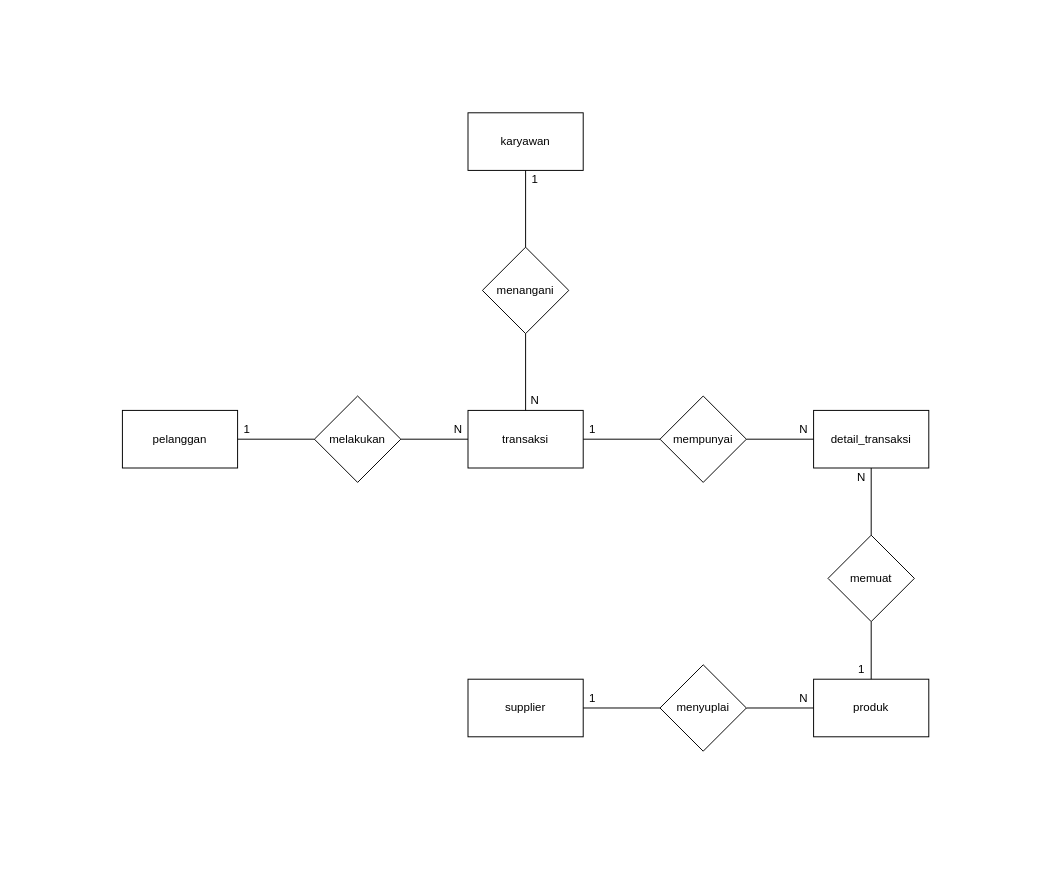
Above: ERD_Supermarket.drawio in elikawicaksana/BuildIT_BasisData (draw.io), before the change. Source tidied: cells renumbered, new cells numbered last; positions are measured from the earlier drawing's top-left corner, leaving out a move shared by most shapes. Both pictures are drawn from the tidied source at 96%, with x=0, y=0 at pixel (122, 112).
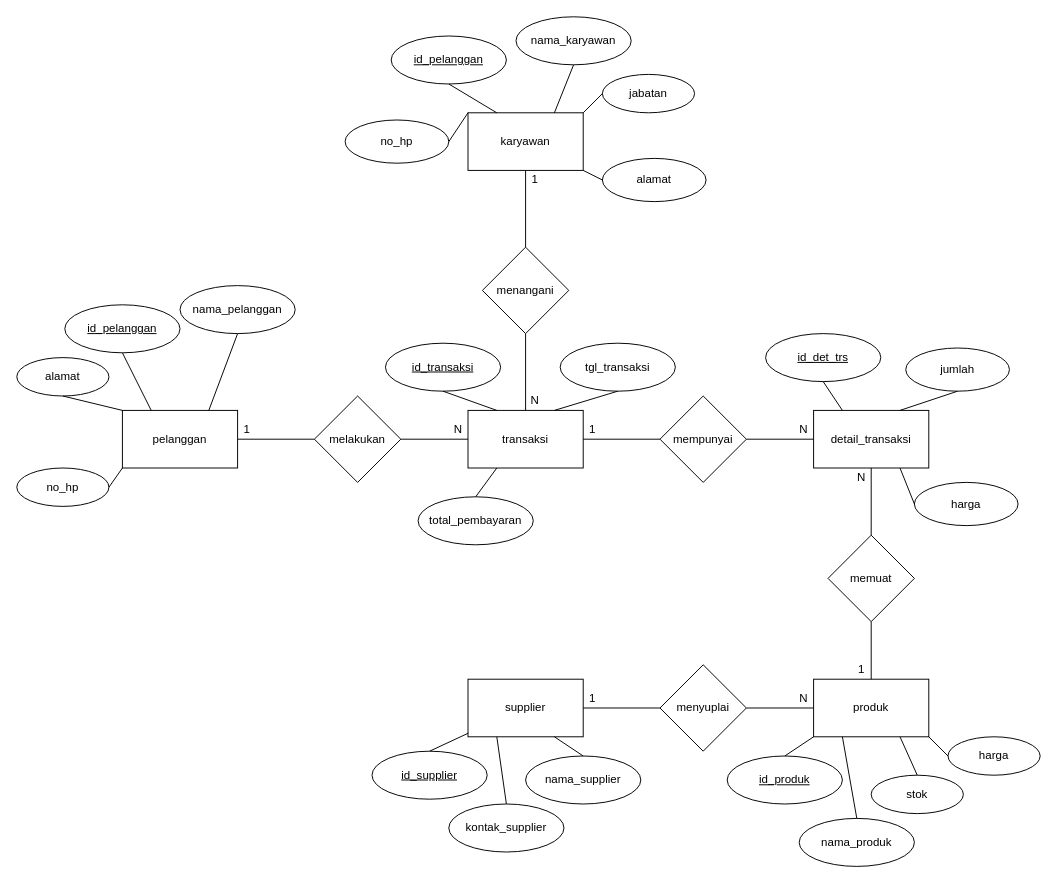
After the change.

Unchanged cells that the change refers to:
```xml
<mxCell id="2" value="pelanggan" style="rounded=0;whiteSpace=wrap;html=1;" parent="1" vertex="1">
  <mxGeometry y="310" width="120" height="60" as="geometry" />
</mxCell>
<mxCell id="4" value="transaksi" style="rounded=0;whiteSpace=wrap;html=1;" parent="1" vertex="1">
  <mxGeometry x="360" y="310" width="120" height="60" as="geometry" />
</mxCell>
<mxCell id="7" value="detail_transaksi" style="rounded=0;whiteSpace=wrap;html=1;" parent="1" vertex="1">
  <mxGeometry x="720" y="310" width="120" height="60" as="geometry" />
</mxCell>
<mxCell id="8" value="produk" style="rounded=0;whiteSpace=wrap;html=1;" parent="1" vertex="1">
  <mxGeometry x="720" y="590" width="120" height="60" as="geometry" />
</mxCell>
<mxCell id="10" value="supplier" style="rounded=0;whiteSpace=wrap;html=1;" parent="1" vertex="1">
  <mxGeometry x="360" y="590" width="120" height="60" as="geometry" />
</mxCell>
<mxCell id="12" value="karyawan" style="rounded=0;whiteSpace=wrap;html=1;" parent="1" vertex="1">
  <mxGeometry x="360" width="120" height="60" as="geometry" />
</mxCell>
```

What changed in the source:
```diff
@@
+    <mxCell id="33" value="&lt;u&gt;id_pelanggan&lt;/u&gt;" style="ellipse;whiteSpace=wrap;html=1;" parent="1" vertex="1">
+      <mxGeometry x="-60" y="200" width="120" height="50" as="geometry" />
+    </mxCell>
+    <mxCell id="34" value="nama_pelanggan" style="ellipse;whiteSpace=wrap;html=1;" parent="1" vertex="1">
+      <mxGeometry x="60" y="180" width="120" height="50" as="geometry" />
+    </mxCell>
+    <mxCell id="35" value="no_hp" style="ellipse;whiteSpace=wrap;html=1;" parent="1" vertex="1">
+      <mxGeometry x="-110" y="370" width="96" height="40" as="geometry" />
+    </mxCell>
+    <mxCell id="36" value="alamat" style="ellipse;whiteSpace=wrap;html=1;" parent="1" vertex="1">
+      <mxGeometry x="-110" y="255" width="96" height="40" as="geometry" />
+    </mxCell>
+    <mxCell id="37" value="&lt;u&gt;id_pelanggan&lt;/u&gt;" style="ellipse;whiteSpace=wrap;html=1;" parent="1" vertex="1">
+      <mxGeometry x="280" y="-80" width="120" height="50" as="geometry" />
+    </mxCell>
+    <mxCell id="38" value="nama_karyawan" style="ellipse;whiteSpace=wrap;html=1;" parent="1" vertex="1">
+      <mxGeometry x="410" y="-100" width="120" height="50" as="geometry" />
+    </mxCell>
+    <mxCell id="39" value="jabatan" style="ellipse;whiteSpace=wrap;html=1;" parent="1" vertex="1">
+      <mxGeometry x="500" y="-40" width="96" height="40" as="geometry" />
+    </mxCell>
+    <mxCell id="40" value="no_hp" style="ellipse;whiteSpace=wrap;html=1;" parent="1" vertex="1">
+      <mxGeometry x="232" y="7.5" width="108" height="45" as="geometry" />
+    </mxCell>
+    <mxCell id="41" value="alamat" style="ellipse;whiteSpace=wrap;html=1;" parent="1" vertex="1">
+      <mxGeometry x="500" y="47.5" width="108" height="45" as="geometry" />
+    </mxCell>
+    <mxCell id="42" value="&lt;u&gt;id_produk&lt;/u&gt;" style="ellipse;whiteSpace=wrap;html=1;" parent="1" vertex="1">
+      <mxGeometry x="630" y="670" width="120" height="50" as="geometry" />
+    </mxCell>
+    <mxCell id="43" value="nama_produk" style="ellipse;whiteSpace=wrap;html=1;" parent="1" vertex="1">
+      <mxGeometry x="705" y="735" width="120" height="50" as="geometry" />
+    </mxCell>
+    <mxCell id="44" value="stok" style="ellipse;whiteSpace=wrap;html=1;" parent="1" vertex="1">
+      <mxGeometry x="780" y="690" width="96" height="40" as="geometry" />
+    </mxCell>
+    <mxCell id="45" value="&lt;u&gt;id_supplier&lt;/u&gt;" style="ellipse;whiteSpace=wrap;html=1;" parent="1" vertex="1">
+      <mxGeometry x="260" y="665" width="120" height="50" as="geometry" />
+    </mxCell>
+    <mxCell id="46" value="nama_supplier" style="ellipse;whiteSpace=wrap;html=1;" parent="1" vertex="1">
+      <mxGeometry x="420" y="670" width="120" height="50" as="geometry" />
+    </mxCell>
+    <mxCell id="47" value="kontak_supplier" style="ellipse;whiteSpace=wrap;html=1;" parent="1" vertex="1">
+      <mxGeometry x="340" y="720" width="120" height="50" as="geometry" />
+    </mxCell>
+    <mxCell id="48" value="harga" style="ellipse;whiteSpace=wrap;html=1;" parent="1" vertex="1">
+      <mxGeometry x="860" y="650" width="96" height="40" as="geometry" />
+    </mxCell>
+    <mxCell id="49" value="&lt;u&gt;id_transaksi&lt;/u&gt;" style="ellipse;whiteSpace=wrap;html=1;" parent="1" vertex="1">
+      <mxGeometry x="274" y="240" width="120" height="50" as="geometry" />
+    </mxCell>
+    <mxCell id="50" value="total_pembayaran" style="ellipse;whiteSpace=wrap;html=1;" parent="1" vertex="1">
+      <mxGeometry x="308" y="400" width="120" height="50" as="geometry" />
+    </mxCell>
+    <mxCell id="51" value="tgl_transaksi" style="ellipse;whiteSpace=wrap;html=1;" parent="1" vertex="1">
+      <mxGeometry x="456" y="240" width="120" height="50" as="geometry" />
+    </mxCell>
+    <mxCell id="52" value="&lt;u&gt;id_det_trs&lt;/u&gt;" style="ellipse;whiteSpace=wrap;html=1;" parent="1" vertex="1">
+      <mxGeometry x="670" y="230" width="120" height="50" as="geometry" />
+    </mxCell>
+    <mxCell id="53" value="jumlah" style="ellipse;whiteSpace=wrap;html=1;" parent="1" vertex="1">
+      <mxGeometry x="816" y="245" width="108" height="45" as="geometry" />
+    </mxCell>
+    <mxCell id="54" value="harga" style="ellipse;whiteSpace=wrap;html=1;" parent="1" vertex="1">
+      <mxGeometry x="825" y="385" width="108" height="45" as="geometry" />
+    </mxCell>
+    <mxCell id="55" style="endArrow=none;html=1;rounded=0;exitX=0.5;exitY=1;exitDx=0;exitDy=0;entryX=0.25;entryY=0;entryDx=0;entryDy=0;" parent="1" edge="1" source="33" target="2">
+      <mxGeometry relative="1" as="geometry" />
+    </mxCell>
+    <mxCell id="56" style="endArrow=none;html=1;rounded=0;exitX=0.5;exitY=1;exitDx=0;exitDy=0;entryX=0;entryY=0;entryDx=0;entryDy=0;" parent="1" edge="1" source="36" target="2">
+      <mxGeometry relative="1" as="geometry" />
+    </mxCell>
+    <mxCell id="57" style="endArrow=none;html=1;rounded=0;entryX=0.5;entryY=1;entryDx=0;entryDy=0;exitX=0.75;exitY=0;exitDx=0;exitDy=0;" parent="1" edge="1" source="2" target="34">
+      <mxGeometry relative="1" as="geometry" />
+    </mxCell>
+    <mxCell id="58" style="endArrow=none;html=1;rounded=0;entryX=1;entryY=0.5;entryDx=0;entryDy=0;exitX=0;exitY=1;exitDx=0;exitDy=0;" parent="1" edge="1" source="2" target="35">
+      <mxGeometry relative="1" as="geometry" />
+    </mxCell>
+    <mxCell id="59" style="endArrow=none;html=1;rounded=0;entryX=0.5;entryY=1;entryDx=0;entryDy=0;exitX=0.25;exitY=0;exitDx=0;exitDy=0;" parent="1" edge="1" source="4" target="49">
+      <mxGeometry relative="1" as="geometry" />
+    </mxCell>
+    <mxCell id="60" style="endArrow=none;html=1;rounded=0;entryX=0.5;entryY=1;entryDx=0;entryDy=0;exitX=0.75;exitY=0;exitDx=0;exitDy=0;" parent="1" edge="1" source="4" target="51">
+      <mxGeometry relative="1" as="geometry" />
+    </mxCell>
+    <mxCell id="61" style="endArrow=none;html=1;rounded=0;entryX=0.25;entryY=1;entryDx=0;entryDy=0;exitX=0.5;exitY=0;exitDx=0;exitDy=0;" parent="1" edge="1" source="50" target="4">
+      <mxGeometry relative="1" as="geometry" />
+    </mxCell>
+    <mxCell id="62" style="endArrow=none;html=1;rounded=0;entryX=0.5;entryY=1;entryDx=0;entryDy=0;exitX=0.25;exitY=0;exitDx=0;exitDy=0;" parent="1" edge="1" source="7" target="52">
+      <mxGeometry relative="1" as="geometry" />
+    </mxCell>
+    <mxCell id="63" style="endArrow=none;html=1;rounded=0;exitX=0.5;exitY=1;exitDx=0;exitDy=0;entryX=0.75;entryY=0;entryDx=0;entryDy=0;" parent="1" edge="1" source="53" target="7">
+      <mxGeometry relative="1" as="geometry" />
+    </mxCell>
+    <mxCell id="64" style="endArrow=none;html=1;rounded=0;entryX=0;entryY=0.5;entryDx=0;entryDy=0;exitX=0.75;exitY=1;exitDx=0;exitDy=0;" parent="1" edge="1" source="7" target="54">
+      <mxGeometry relative="1" as="geometry" />
+    </mxCell>
+    <mxCell id="65" style="endArrow=none;html=1;rounded=0;entryX=0;entryY=1;entryDx=0;entryDy=0;exitX=0.5;exitY=0;exitDx=0;exitDy=0;" parent="1" edge="1" source="42" target="8">
+      <mxGeometry relative="1" as="geometry" />
+    </mxCell>
+    <mxCell id="66" style="endArrow=none;html=1;rounded=0;entryX=0.75;entryY=1;entryDx=0;entryDy=0;exitX=0.5;exitY=0;exitDx=0;exitDy=0;" parent="1" edge="1" source="44" target="8">
+      <mxGeometry relative="1" as="geometry" />
+    </mxCell>
+    <mxCell id="67" style="endArrow=none;html=1;rounded=0;entryX=0.5;entryY=0;entryDx=0;entryDy=0;exitX=0.25;exitY=1;exitDx=0;exitDy=0;" parent="1" edge="1" source="8" target="43">
+      <mxGeometry relative="1" as="geometry" />
+    </mxCell>
+    <mxCell id="68" style="endArrow=none;html=1;rounded=0;exitX=1;exitY=1;exitDx=0;exitDy=0;entryX=0;entryY=0.5;entryDx=0;entryDy=0;" parent="1" edge="1" source="8" target="48">
+      <mxGeometry relative="1" as="geometry" />
+    </mxCell>
+    <mxCell id="69" style="endArrow=none;html=1;rounded=0;exitX=0.002;exitY=0.938;exitDx=0;exitDy=0;entryX=0.5;entryY=0;entryDx=0;entryDy=0;exitPerimeter=0;" parent="1" edge="1" source="10" target="45">
+      <mxGeometry relative="1" as="geometry" />
+    </mxCell>
+    <mxCell id="70" style="endArrow=none;html=1;rounded=0;exitX=0.25;exitY=1;exitDx=0;exitDy=0;entryX=0.5;entryY=0;entryDx=0;entryDy=0;" parent="1" edge="1" source="10" target="47">
+      <mxGeometry relative="1" as="geometry" />
+    </mxCell>
+    <mxCell id="71" style="endArrow=none;html=1;rounded=0;exitX=0.5;exitY=0;exitDx=0;exitDy=0;entryX=0.75;entryY=1;entryDx=0;entryDy=0;" parent="1" edge="1" source="46" target="10">
+      <mxGeometry relative="1" as="geometry" />
+    </mxCell>
+    <mxCell id="72" style="endArrow=none;html=1;rounded=0;exitX=1;exitY=0.5;exitDx=0;exitDy=0;entryX=0;entryY=0;entryDx=0;entryDy=0;" parent="1" edge="1" source="40" target="12">
+      <mxGeometry relative="1" as="geometry" />
+    </mxCell>
+    <mxCell id="73" style="endArrow=none;html=1;rounded=0;exitX=0.5;exitY=1;exitDx=0;exitDy=0;entryX=0.25;entryY=0;entryDx=0;entryDy=0;" parent="1" edge="1" source="37" target="12">
+      <mxGeometry relative="1" as="geometry" />
+    </mxCell>
+    <mxCell id="74" style="endArrow=none;html=1;rounded=0;entryX=0.5;entryY=1;entryDx=0;entryDy=0;exitX=0.75;exitY=0;exitDx=0;exitDy=0;" parent="1" edge="1" source="12" target="38">
+      <mxGeometry relative="1" as="geometry" />
+    </mxCell>
+    <mxCell id="75" style="endArrow=none;html=1;rounded=0;exitX=1;exitY=0;exitDx=0;exitDy=0;entryX=0;entryY=0.5;entryDx=0;entryDy=0;" parent="1" edge="1" source="12" target="39">
+      <mxGeometry relative="1" as="geometry" />
+    </mxCell>
+    <mxCell id="76" style="endArrow=none;html=1;rounded=0;exitX=1;exitY=1;exitDx=0;exitDy=0;entryX=0;entryY=0.5;entryDx=0;entryDy=0;" parent="1" edge="1" source="12" target="41">
+      <mxGeometry relative="1" as="geometry" />
+    </mxCell>
```
